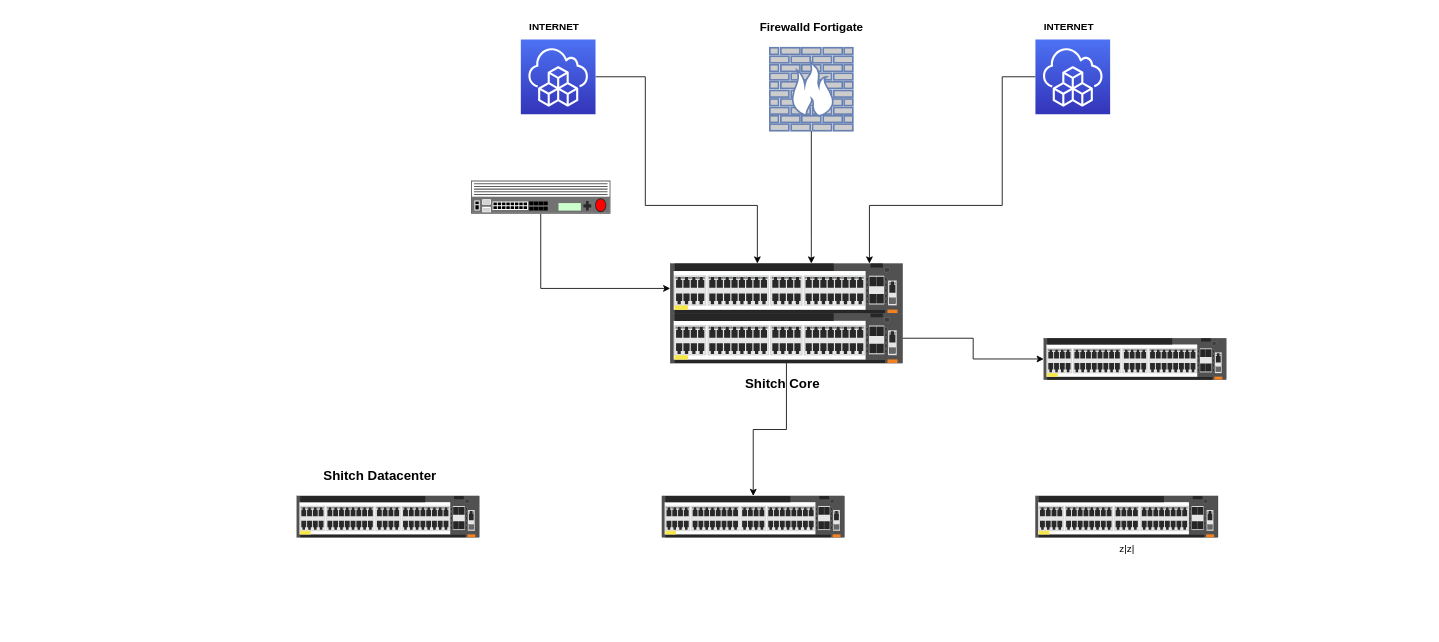
This is Topología_Fisica.drawio from YOviedo-2402/hello-git, a draw.io file, before an edit. Source tidied: cells renumbered, new cells numbered last; positions are measured from the earlier drawing's top-left corner, leaving out a move shared by most shapes. Both pictures are drawn from the tidied source at 83%, with x=0, y=0 at pixel (296, 14).
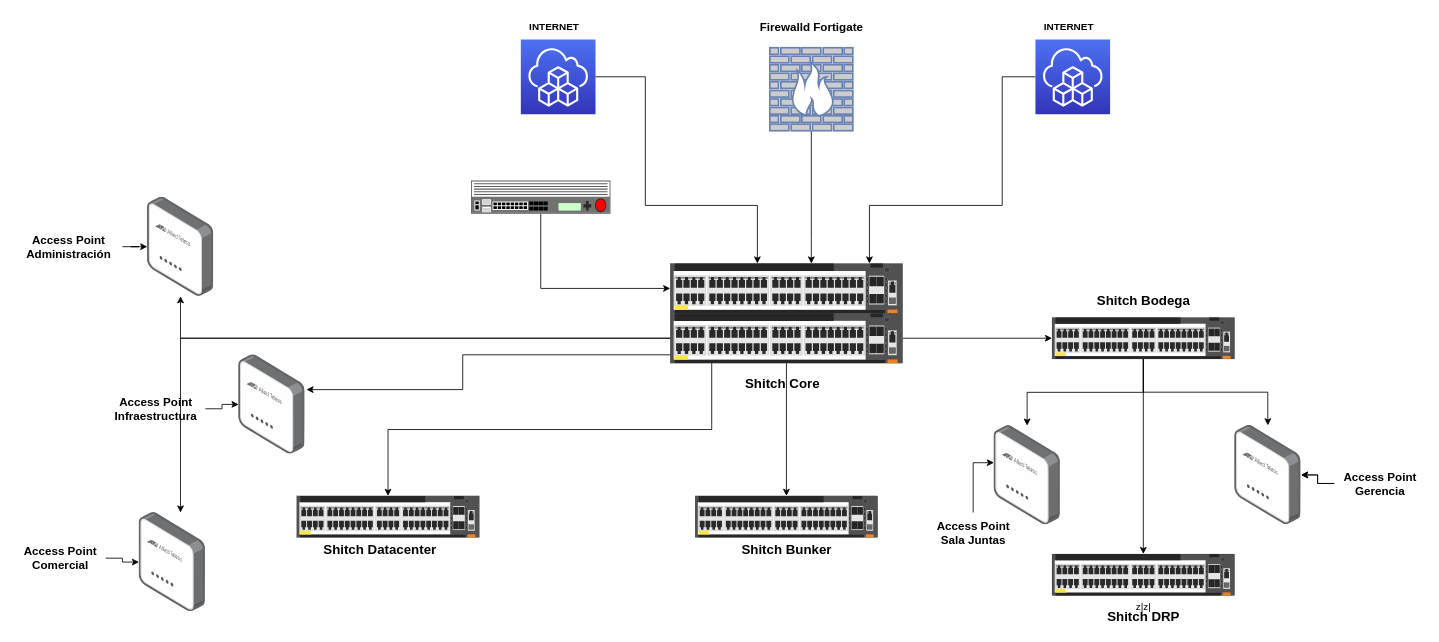
Above is the later version.

The change refers to these unchanged cells:
```xml
<mxCell id="9" style="html=1;verticalLabelPosition=bottom;verticalAlign=top;outlineConnect=0;shadow=0;dashed=0;shape=mxgraph.rack.hpe_aruba.switches.jl659a_aruba_6300m_48_port_hpe_smart_rate_1_2_5_5gbe_class_6_poe_and_4_port_switch;" parent="1" vertex="1">
  <mxGeometry x="450" y="360" width="280" height="60" as="geometry" />
</mxCell>
<mxCell id="17" style="html=1;verticalLabelPosition=bottom;verticalAlign=top;outlineConnect=0;shadow=0;dashed=0;shape=mxgraph.rack.hpe_aruba.switches.jl659a_aruba_6300m_48_port_hpe_smart_rate_1_2_5_5gbe_class_6_poe_and_4_port_switch;" parent="1" vertex="1">
  <mxGeometry y="580" width="220" height="50" as="geometry" />
</mxCell>
```

The edit, as a diff of the source:
```diff
@@
+    <mxCell id="23" style="edgeStyle=orthogonalEdgeStyle;rounded=0;jettySize=auto;html=1;" parent="1" edge="1" source="9" target="17">
+      <mxGeometry relative="1" as="geometry">
+        <Array as="points">
+          <mxPoint x="500" y="500" />
+          <mxPoint x="110" y="500" />
+        </Array>
+      </mxGeometry>
+    </mxCell>
+    <mxCell id="24" style="edgeStyle=orthogonalEdgeStyle;rounded=0;jettySize=auto;html=1;" parent="1" edge="1" source="9" target="37">
+      <mxGeometry relative="1" as="geometry" />
+    </mxCell>
+    <mxCell id="25" style="edgeStyle=orthogonalEdgeStyle;rounded=0;jettySize=auto;html=1;entryX=1.021;entryY=0.351;entryDx=0;entryDy=0;entryPerimeter=0;" parent="1" edge="1" source="9" target="39">
+      <mxGeometry relative="1" as="geometry">
+        <Array as="points">
+          <mxPoint x="200" y="410" />
+          <mxPoint x="200" y="452" />
+        </Array>
+      </mxGeometry>
+    </mxCell>
+    <mxCell id="26" style="edgeStyle=orthogonalEdgeStyle;rounded=0;jettySize=auto;html=1;" parent="1" edge="1" source="9" target="38">
+      <mxGeometry relative="1" as="geometry">
+        <Array as="points">
+          <mxPoint x="-140" y="390" />
+        </Array>
+      </mxGeometry>
+    </mxCell>
@@
     <mxCell id="18" style="html=1;verticalLabelPosition=bottom;verticalAlign=top;outlineConnect=0;shadow=0;dashed=0;shape=mxgraph.rack.hpe_aruba.switches.jl659a_aruba_6300m_48_port_hpe_smart_rate_1_2_5_5gbe_class_6_poe_and_4_port_switch;" parent="1" vertex="1">
-      <mxGeometry x="440" y="580" width="220" height="50" as="geometry" />
+      <mxGeometry x="480" y="580" width="220" height="50" as="geometry" />
     </mxCell>
+    <mxCell id="27" style="edgeStyle=orthogonalEdgeStyle;rounded=0;jettySize=auto;html=1;" parent="1" edge="1" source="19" target="20">
+      <mxGeometry relative="1" as="geometry" />
+    </mxCell>
+    <mxCell id="28" style="edgeStyle=orthogonalEdgeStyle;rounded=0;jettySize=auto;html=1;" parent="1" edge="1" source="19" target="31">
+      <mxGeometry relative="1" as="geometry" />
+    </mxCell>
+    <mxCell id="29" style="edgeStyle=orthogonalEdgeStyle;rounded=0;jettySize=auto;html=1;" parent="1" edge="1" source="19" target="30">
+      <mxGeometry relative="1" as="geometry" />
+    </mxCell>
     <mxCell id="19" style="html=1;verticalLabelPosition=bottom;verticalAlign=top;outlineConnect=0;shadow=0;dashed=0;shape=mxgraph.rack.hpe_aruba.switches.jl659a_aruba_6300m_48_port_hpe_smart_rate_1_2_5_5gbe_class_6_poe_and_4_port_switch;" parent="1" vertex="1">
-      <mxGeometry x="900" y="390" width="220" height="50" as="geometry" />
+      <mxGeometry x="910" y="365" width="220" height="50" as="geometry" />
     </mxCell>
     <mxCell id="20" value="z|z|" style="html=1;verticalLabelPosition=bottom;verticalAlign=top;outlineConnect=0;shadow=0;dashed=0;shape=mxgraph.rack.hpe_aruba.switches.jl659a_aruba_6300m_48_port_hpe_smart_rate_1_2_5_5gbe_class_6_poe_and_4_port_switch;" parent="1" vertex="1">
-      <mxGeometry x="890" y="580" width="220" height="50" as="geometry" />
+      <mxGeometry x="910" y="650" width="220" height="50" as="geometry" />
     </mxCell>
-    <mxCell id="21" value="&lt;font size=&quot;1&quot; style=&quot;&quot;&gt;&lt;b style=&quot;font-size: 16px;&quot;&gt;Shitch Core&lt;/b&gt;&lt;/font&gt;" style="text;html=1;align=center;verticalAlign=middle;strokeColor=none;fillColor=none;" parent="1" vertex="1">
+    <mxCell id="21" value="&lt;font size=&quot;1&quot; style=&quot;&quot;&gt;&lt;span style=&quot;font-size: 16px;&quot;&gt;Shitch Core&lt;/span&gt;&lt;/font&gt;" style="text;html=1;align=center;verticalAlign=middle;strokeColor=none;fillColor=none;fontStyle=1;" parent="1" vertex="1">
       <mxGeometry x="530" y="430" width="110" height="30" as="geometry" />
     </mxCell>
-    <mxCell id="22" value="&lt;font size=&quot;1&quot; style=&quot;&quot;&gt;&lt;b style=&quot;font-size: 16px;&quot;&gt;Shitch Datacenter&lt;/b&gt;&lt;/font&gt;" style="text;html=1;align=center;verticalAlign=middle;strokeColor=none;fillColor=none;" parent="1" vertex="1">
-      <mxGeometry x="20" y="540" width="160" height="30" as="geometry" />
+    <mxCell id="22" value="&lt;font size=&quot;1&quot; style=&quot;&quot;&gt;&lt;span style=&quot;font-size: 16px;&quot;&gt;&lt;b&gt;Shitch Datacenter&lt;/b&gt;&lt;/span&gt;&lt;/font&gt;" style="text;html=1;align=center;verticalAlign=middle;strokeColor=none;fillColor=none;" parent="1" vertex="1">
+      <mxGeometry x="20" y="630" width="160" height="30" as="geometry" />
     </mxCell>
+    <mxCell id="30" style="image;points=[];html=1;align=center;shadow=0;dashed=0;image=img/lib/allied_telesis/wireless/Access_Point_Indoor.svg;" parent="1" vertex="1">
+      <mxGeometry x="1130" y="495" width="80" height="119.4" as="geometry" />
+    </mxCell>
+    <mxCell id="31" style="image;points=[];html=1;align=center;shadow=0;dashed=0;image=img/lib/allied_telesis/wireless/Access_Point_Indoor.svg;" parent="1" vertex="1">
+      <mxGeometry x="840" y="495.3" width="80" height="119.4" as="geometry" />
+    </mxCell>
+    <mxCell id="32" style="edgeStyle=orthogonalEdgeStyle;rounded=0;jettySize=auto;html=1;entryX=0;entryY=0.374;entryDx=0;entryDy=0;entryPerimeter=0;" parent="1" edge="1" source="33" target="31">
+      <mxGeometry relative="1" as="geometry" />
+    </mxCell>
+    <mxCell id="33" value="&lt;b style=&quot;font-size: 14px;&quot;&gt;Access Point&lt;br&gt;Sala Juntas&lt;/b&gt;" style="text;html=1;align=center;verticalAlign=middle;points=[];strokeColor=none;fillColor=none;" parent="1" vertex="1">
+      <mxGeometry x="760" y="600" width="110" height="50" as="geometry" />
+    </mxCell>
+    <mxCell id="34" style="edgeStyle=orthogonalEdgeStyle;rounded=0;jettySize=auto;html=1;" parent="1" edge="1" source="36" target="30">
+      <mxGeometry relative="1" as="geometry" />
+    </mxCell>
+    <mxCell id="35" style="edgeStyle=orthogonalEdgeStyle;rounded=0;jettySize=auto;html=1;" parent="1" edge="1" source="36" target="30">
+      <mxGeometry relative="1" as="geometry" />
+    </mxCell>
+    <mxCell id="36" value="&lt;b style=&quot;font-size: 14px;&quot;&gt;Access Point&lt;br&gt;Gerencia&lt;/b&gt;" style="text;html=1;align=center;verticalAlign=middle;points=[];strokeColor=none;fillColor=none;" parent="1" vertex="1">
+      <mxGeometry x="1250" y="540" width="110" height="50" as="geometry" />
+    </mxCell>
+    <mxCell id="37" style="image;points=[];html=1;align=center;shadow=0;dashed=0;image=img/lib/allied_telesis/wireless/Access_Point_Indoor.svg;" parent="1" vertex="1">
+      <mxGeometry x="-180" y="220" width="80" height="119.4" as="geometry" />
+    </mxCell>
+    <mxCell id="38" style="image;points=[];html=1;align=center;shadow=0;dashed=0;image=img/lib/allied_telesis/wireless/Access_Point_Indoor.svg;" parent="1" vertex="1">
+      <mxGeometry x="-190" y="600" width="80" height="119.4" as="geometry" />
+    </mxCell>
+    <mxCell id="39" style="image;points=[];html=1;align=center;shadow=0;dashed=0;image=img/lib/allied_telesis/wireless/Access_Point_Indoor.svg;" parent="1" vertex="1">
+      <mxGeometry x="-70" y="410" width="80" height="119.4" as="geometry" />
+    </mxCell>
+    <mxCell id="40" style="edgeStyle=orthogonalEdgeStyle;rounded=0;jettySize=auto;html=1;" parent="1" edge="1" source="41" target="37">
+      <mxGeometry relative="1" as="geometry" />
+    </mxCell>
+    <mxCell id="41" value="&lt;b style=&quot;font-size: 14px;&quot;&gt;Access Point&lt;br&gt;Administración&lt;br&gt;&lt;/b&gt;" style="text;html=1;align=center;verticalAlign=middle;points=[];strokeColor=none;fillColor=none;" parent="1" vertex="1">
+      <mxGeometry x="-340" y="254.7" width="130" height="50" as="geometry" />
+    </mxCell>
+    <mxCell id="42" style="edgeStyle=orthogonalEdgeStyle;rounded=0;jettySize=auto;html=1;" parent="1" edge="1" source="43" target="38">
+      <mxGeometry relative="1" as="geometry" />
+    </mxCell>
+    <mxCell id="43" value="&lt;b style=&quot;font-size: 14px;&quot;&gt;Access Point&lt;br&gt;Comercial&lt;br&gt;&lt;/b&gt;" style="text;html=1;align=center;verticalAlign=middle;points=[];strokeColor=none;fillColor=none;" parent="1" vertex="1">
+      <mxGeometry x="-340" y="630" width="110" height="50" as="geometry" />
+    </mxCell>
+    <mxCell id="44" style="edgeStyle=orthogonalEdgeStyle;rounded=0;jettySize=auto;html=1;" parent="1" edge="1" source="45" target="39">
+      <mxGeometry relative="1" as="geometry" />
+    </mxCell>
+    <mxCell id="45" value="&lt;b style=&quot;font-size: 14px;&quot;&gt;Access Point&lt;br&gt;Infraestructura&lt;br&gt;&lt;/b&gt;" style="text;html=1;align=center;verticalAlign=middle;points=[];strokeColor=none;fillColor=none;" parent="1" vertex="1">
+      <mxGeometry x="-230" y="450" width="120" height="50" as="geometry" />
+    </mxCell>
+    <mxCell id="46" value="&lt;font size=&quot;1&quot; style=&quot;&quot;&gt;&lt;b style=&quot;font-size: 16px;&quot;&gt;Shitch Bunker&lt;/b&gt;&lt;/font&gt;" style="text;html=1;align=center;verticalAlign=middle;strokeColor=none;fillColor=none;" parent="1" vertex="1">
+      <mxGeometry x="525" y="630" width="130" height="30" as="geometry" />
+    </mxCell>
+    <mxCell id="47" value="&lt;font size=&quot;1&quot; style=&quot;&quot;&gt;&lt;b style=&quot;font-size: 16px;&quot;&gt;Shitch Bodega&lt;/b&gt;&lt;/font&gt;" style="text;html=1;align=center;verticalAlign=middle;strokeColor=none;fillColor=none;" parent="1" vertex="1">
+      <mxGeometry x="950" y="330" width="140" height="30" as="geometry" />
+    </mxCell>
+    <mxCell id="48" value="&lt;font size=&quot;1&quot; style=&quot;&quot;&gt;&lt;b style=&quot;font-size: 16px;&quot;&gt;Shitch DRP&lt;/b&gt;&lt;/font&gt;" style="text;html=1;align=center;verticalAlign=middle;strokeColor=none;fillColor=none;rotation=0;" parent="1" vertex="1">
+      <mxGeometry x="965" y="710" width="110" height="30" as="geometry" />
+    </mxCell>
```
